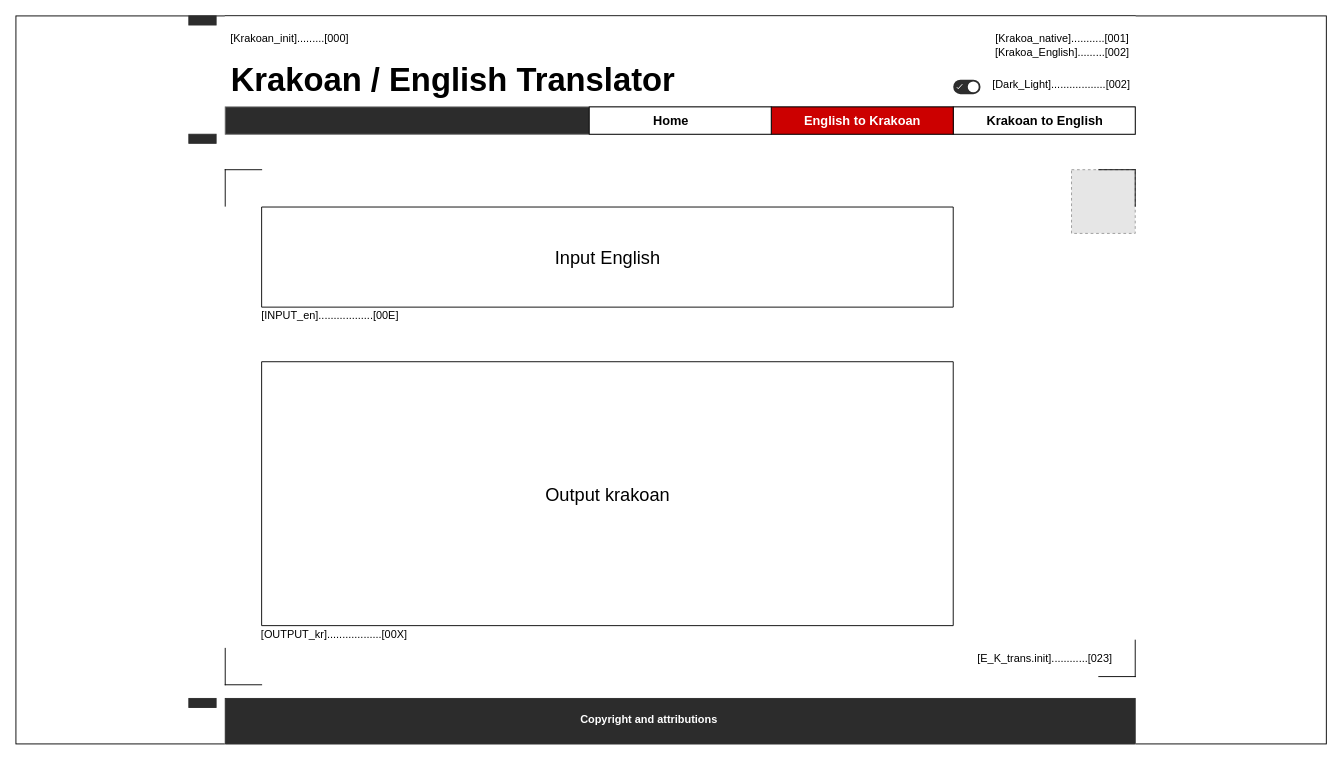
CaseyPitman/krakoan-translator keeps this draw.io diagram as page "E to K" (2 of 5) of mockup-flowchart/mock-up-krakoan-translator.drawio. Above is the earlier version. Source tidied: cells renumbered, new cells numbered last; positions are measured from the earlier drawing's top-left corner, leaving out a move shared by most shapes. Both pictures are drawn from the tidied source at 91%, with x=0, y=0 at pixel (15, 15). Pictures stored in the file or linked from it are replaced by grey dashed boxes.
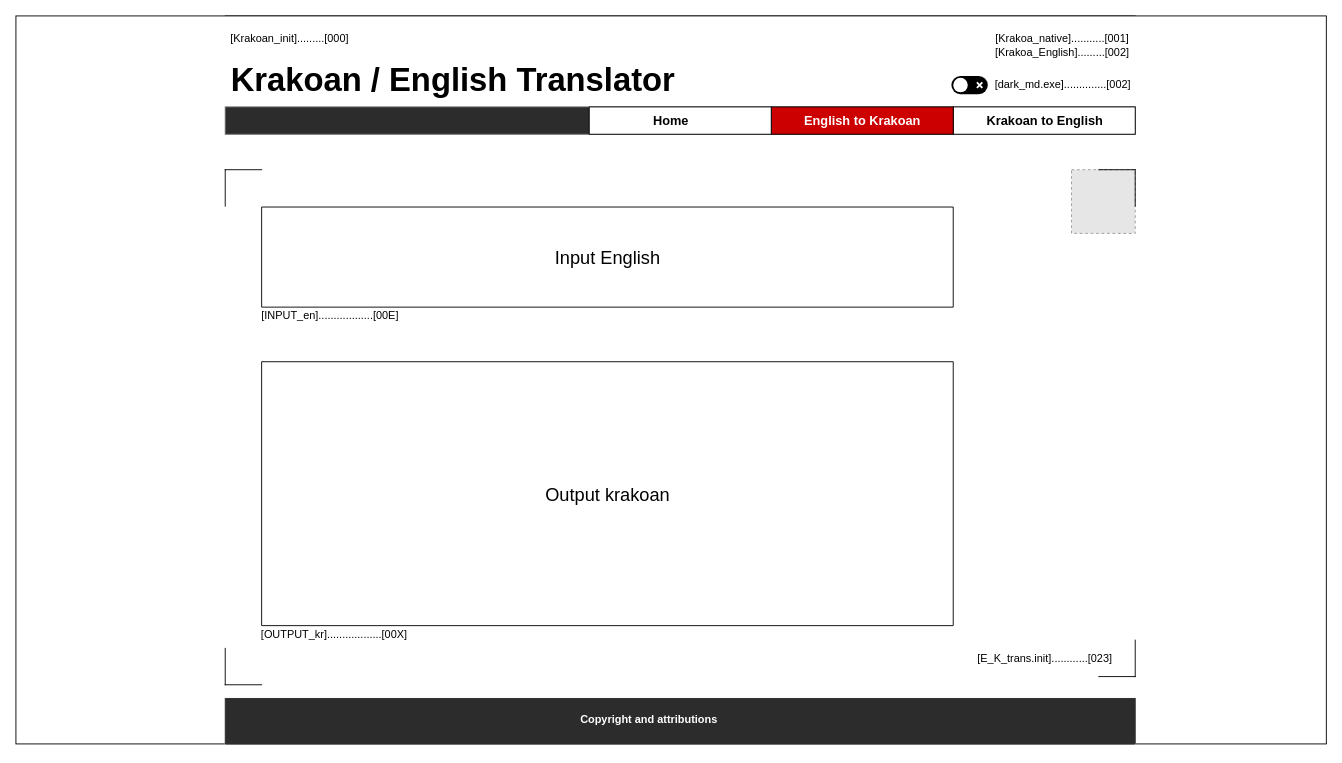
Above is the later version.

Change to the diagram source:
```diff
@@
     <mxCell id="5" style="rounded=0;whiteSpace=wrap;html=1;gradientColor=none;fontColor=#000000;fillColor=none;strokeColor=#FFFFFF;" parent="1" vertex="1">
-      <mxGeometry x="230" y="1" width="1000" height="800" as="geometry" />
+      <mxGeometry x="230" y="3" width="1000" height="800" as="geometry" />
     </mxCell>
@@
-    <mxCell id="16" style="rounded=0;whiteSpace=wrap;html=1;strokeWidth=1;fillColor=#2C2C2C;gradientColor=none;fontSize=20;fontColor=#000000;align=left;strokeColor=#2C2C2C;" parent="1" vertex="1">
-      <mxGeometry x="190" width="30" height="10" as="geometry" />
-    </mxCell>
-    <mxCell id="17" style="rounded=0;whiteSpace=wrap;html=1;strokeWidth=1;fillColor=#2C2C2C;gradientColor=none;fontSize=20;fontColor=#000000;align=left;strokeColor=#2C2C2C;" parent="1" vertex="1">
-      <mxGeometry x="190" y="130" width="30" height="10" as="geometry" />
-    </mxCell>
@@
-    <mxCell id="19" style="rounded=0;whiteSpace=wrap;html=1;strokeWidth=1;fillColor=#2C2C2C;gradientColor=none;fontSize=20;fontColor=#000000;align=left;strokeColor=#2C2C2C;" parent="1" vertex="1">
-      <mxGeometry x="190" y="750" width="30" height="10" as="geometry" />
-    </mxCell>
-    <mxCell id="20" style="strokeColor=none;rounded=1;arcSize=50;fontSize=20;fontColor=#000000;align=left;fillColor=#2C2C2C;" parent="1" vertex="1">
-      <mxGeometry x="1030" y="70" width="30" height="16" as="geometry" />
-    </mxCell>
-    <mxCell id="21" style="shape=ellipse;strokeColor=none;fillColor=#ffffff;" parent="20" vertex="1">
-      <mxGeometry x="1" y="0.5" width="12" height="12" relative="1" as="geometry">
-        <mxPoint x="-14" y="-6" as="offset" />
-      </mxGeometry>
-    </mxCell>
-    <mxCell id="22" style="html=1;shadow=0;dashed=0;shape=mxgraph.atlassian.check;strokeColor=#ffffff;fillColor=#FFFFFF;" parent="20" vertex="1">
-      <mxGeometry y="0.5" width="6" height="5" relative="1" as="geometry">
-        <mxPoint x="4" y="-3" as="offset" />
-      </mxGeometry>
-    </mxCell>
-    <mxCell id="23" value="[Dark_Light]..................[002]" style="text;html=1;strokeColor=none;fillColor=none;align=center;verticalAlign=middle;whiteSpace=wrap;rounded=0;fontColor=#000000;" parent="1" vertex="1">
-      <mxGeometry x="1068" y="66" width="162" height="20" as="geometry" />
+    <mxCell id="23" value="[dark_md.exe]..............[002]" style="text;html=1;strokeColor=none;fillColor=none;align=left;verticalAlign=middle;whiteSpace=wrap;rounded=0;fontColor=#000000;" parent="1" vertex="1">
+      <mxGeometry x="1074" y="66" width="170" height="20" as="geometry" />
     </mxCell>
@@
+    <mxCell id="40" style="strokeColor=none;rounded=1;arcSize=50;fontSize=20;fontColor=#000000;align=left;fillColor=#000000;" parent="1" vertex="1">
+      <mxGeometry x="1028" y="66" width="40" height="20" as="geometry" />
+    </mxCell>
+    <mxCell id="41" style="shape=ellipse;strokeColor=none;fillColor=#FFFFFF;" parent="40" vertex="1">
+      <mxGeometry y="0.5" width="16" height="16" relative="1" as="geometry">
+        <mxPoint x="2" y="-8" as="offset" />
+      </mxGeometry>
+    </mxCell>
+    <mxCell id="42" style="html=1;shadow=0;dashed=0;shape=mxgraph.atlassian.x;strokeWidth=2;strokeColor=#FFFFFF;" parent="40" vertex="1">
+      <mxGeometry x="1" y="0.5" width="6" height="6" relative="1" as="geometry">
+        <mxPoint x="-12" y="-3" as="offset" />
+      </mxGeometry>
+    </mxCell>
```
